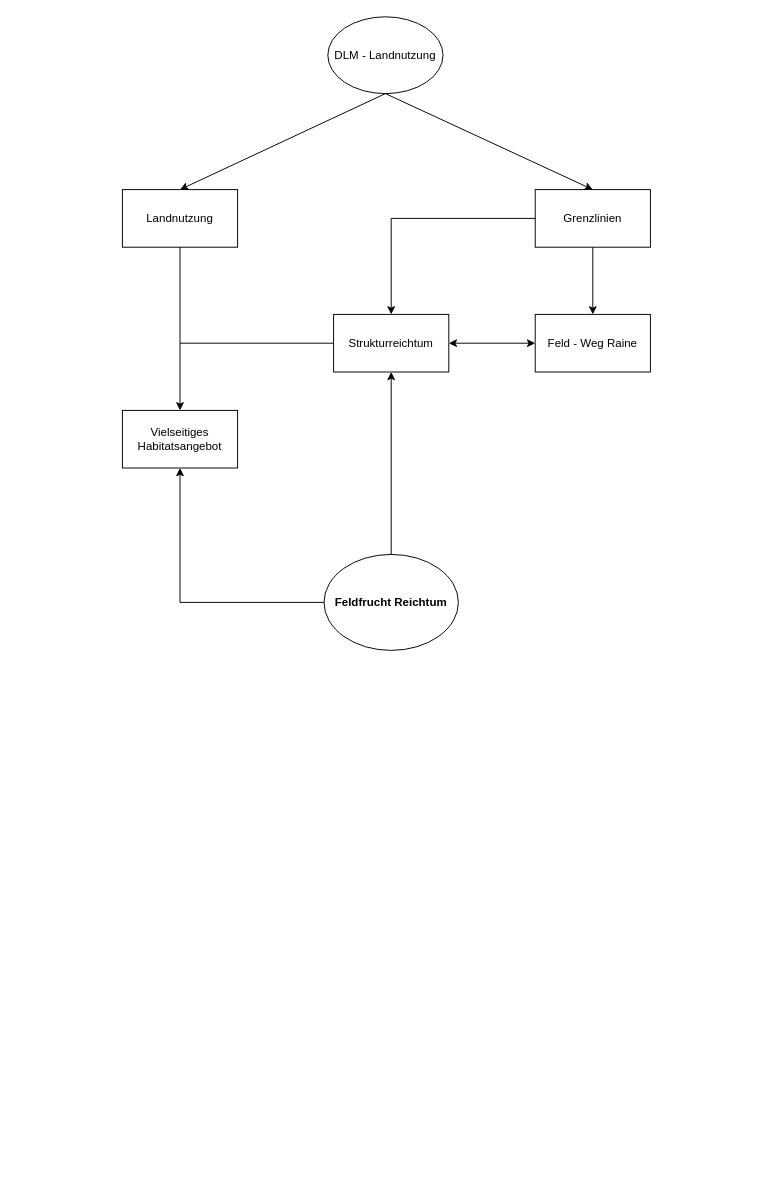
Above: Rebhuhn.drawio in luismaecker/Tests (draw.io), before the change. Source tidied: cells renumbered, new cells numbered last; positions are measured from the earlier drawing's top-left corner, leaving out a move shared by most shapes. Both pictures are drawn from the tidied source at 96%, with x=0, y=0 at pixel (122, 16).
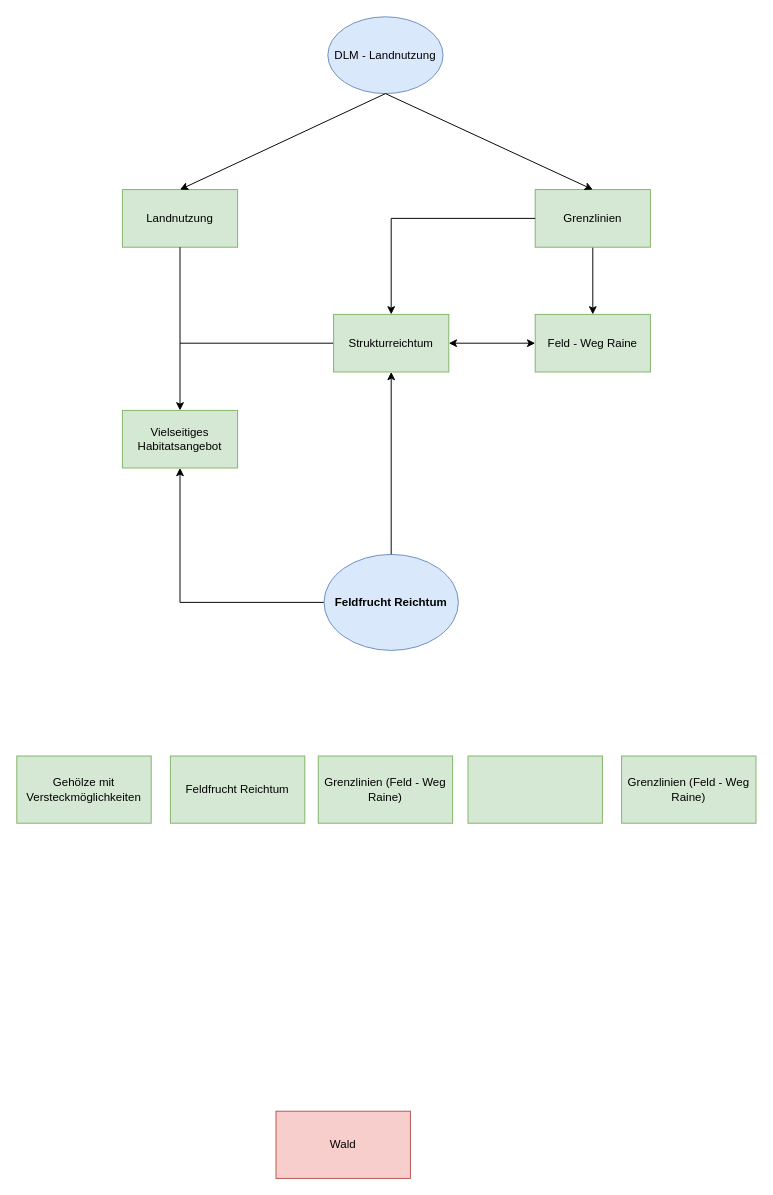
After the change.

What changed in the source:
```diff
@@
-    <mxCell id="2" value="Feld - Weg Raine" style="rounded=0;whiteSpace=wrap;html=1;" parent="1" vertex="1">
+    <mxCell id="2" value="Feld - Weg Raine" style="rounded=0;whiteSpace=wrap;html=1;fillColor=#d5e8d4;strokeColor=#82b366;" parent="1" vertex="1">
       <mxGeometry x="430" y="310" width="120" height="60" as="geometry" />
     </mxCell>
@@
-    <mxCell id="4" value="Strukturreichtum" style="rounded=0;whiteSpace=wrap;html=1;" parent="1" vertex="1">
+    <mxCell id="4" value="Strukturreichtum" style="rounded=0;whiteSpace=wrap;html=1;fillColor=#d5e8d4;strokeColor=#82b366;" parent="1" vertex="1">
       <mxGeometry x="220" y="310" width="120" height="60" as="geometry" />
     </mxCell>
-    <mxCell id="5" value="Vielseitiges Habitatsangebot" style="rounded=0;whiteSpace=wrap;html=1;" parent="1" vertex="1">
+    <mxCell id="5" value="Vielseitiges Habitatsangebot" style="rounded=0;whiteSpace=wrap;html=1;fillColor=#d5e8d4;strokeColor=#82b366;" parent="1" vertex="1">
       <mxGeometry y="410" width="120" height="60" as="geometry" />
     </mxCell>
@@
-    <mxCell id="8" value="&lt;b&gt;Feldfrucht Reichtum&lt;br&gt;&lt;/b&gt;" style="ellipse;whiteSpace=wrap;html=1;" parent="1" vertex="1">
+    <mxCell id="8" value="&lt;b&gt;Feldfrucht Reichtum&lt;br&gt;&lt;/b&gt;" style="ellipse;whiteSpace=wrap;html=1;fillColor=#dae8fc;strokeColor=#6c8ebf;" parent="1" vertex="1">
       <mxGeometry x="210" y="560" width="140" height="100" as="geometry" />
     </mxCell>
-    <mxCell id="9" value="DLM - Landnutzung" style="ellipse;whiteSpace=wrap;html=1;" parent="1" vertex="1">
+    <mxCell id="9" value="DLM - Landnutzung" style="ellipse;whiteSpace=wrap;html=1;fillColor=#dae8fc;strokeColor=#6c8ebf;" parent="1" vertex="1">
       <mxGeometry x="214" width="120" height="80" as="geometry" />
     </mxCell>
@@
-    <mxCell id="11" value="Grenzlinien" style="rounded=0;whiteSpace=wrap;html=1;" parent="1" vertex="1">
+    <mxCell id="11" value="Grenzlinien" style="rounded=0;whiteSpace=wrap;html=1;fillColor=#d5e8d4;strokeColor=#82b366;" parent="1" vertex="1">
       <mxGeometry x="430" y="180" width="120" height="60" as="geometry" />
     </mxCell>
-    <mxCell id="12" value="Landnutzung" style="rounded=0;whiteSpace=wrap;html=1;" parent="1" vertex="1">
+    <mxCell id="12" value="Landnutzung" style="rounded=0;whiteSpace=wrap;html=1;fillColor=#d5e8d4;strokeColor=#82b366;" parent="1" vertex="1">
       <mxGeometry y="180" width="120" height="60" as="geometry" />
     </mxCell>
@@
+    <mxCell id="18" value="Gehölze mit Versteckmöglichkeiten" style="rounded=0;whiteSpace=wrap;html=1;fillColor=#d5e8d4;strokeColor=#82b366;" parent="1" vertex="1">
+      <mxGeometry x="-110" y="770" width="140" height="70" as="geometry" />
+    </mxCell>
+    <mxCell id="19" value="Wald" style="rounded=0;whiteSpace=wrap;html=1;fillColor=#f8cecc;strokeColor=#b85450;" parent="1" vertex="1">
+      <mxGeometry x="160" y="1140" width="140" height="70" as="geometry" />
+    </mxCell>
+    <mxCell id="20" value="Feldfrucht Reichtum" style="rounded=0;whiteSpace=wrap;html=1;fillColor=#d5e8d4;strokeColor=#82b366;" parent="1" vertex="1">
+      <mxGeometry x="50" y="770" width="140" height="70" as="geometry" />
+    </mxCell>
+    <mxCell id="21" value="Grenzlinien (Feld - Weg Raine)" style="rounded=0;whiteSpace=wrap;html=1;fillColor=#d5e8d4;strokeColor=#82b366;" parent="1" vertex="1">
+      <mxGeometry x="204" y="770" width="140" height="70" as="geometry" />
+    </mxCell>
+    <mxCell id="22" style="rounded=0;whiteSpace=wrap;html=1;fillColor=#d5e8d4;strokeColor=#82b366;" parent="1" vertex="1">
+      <mxGeometry x="360" y="770" width="140" height="70" as="geometry" />
+    </mxCell>
+    <mxCell id="23" value="Grenzlinien (Feld - Weg Raine)" style="rounded=0;whiteSpace=wrap;html=1;fillColor=#d5e8d4;strokeColor=#82b366;" parent="1" vertex="1">
+      <mxGeometry x="520" y="770" width="140" height="70" as="geometry" />
+    </mxCell>
```
